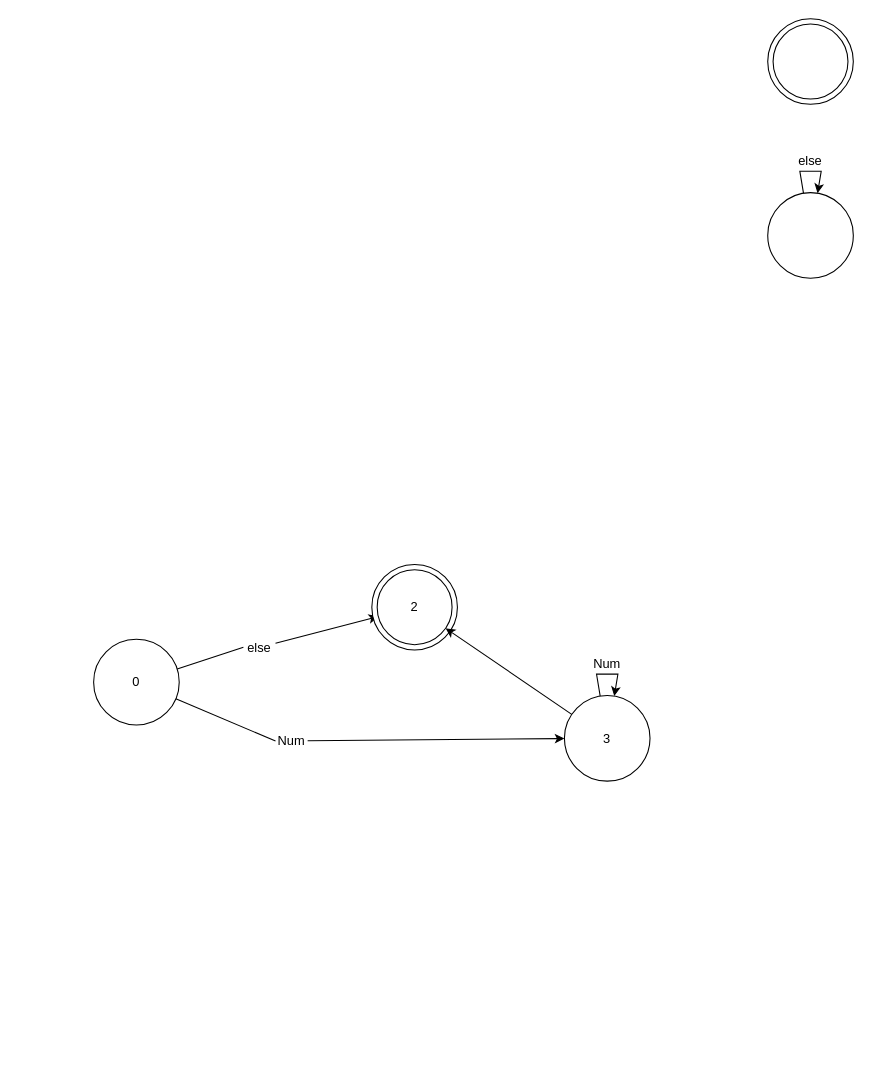
Before: page "Num" (2 of 3) of 状態遷移図/実験2.drawio in ShimadaTakutoLuke/miniCV02forStudent, a draw.io diagram. Source tidied: cells renumbered, new cells numbered last; positions are measured from the earlier drawing's top-left corner, leaving out a move shared by most shapes. Both pictures are drawn from the tidied source at 107%, with x=0, y=0 at pixel (93, 18).
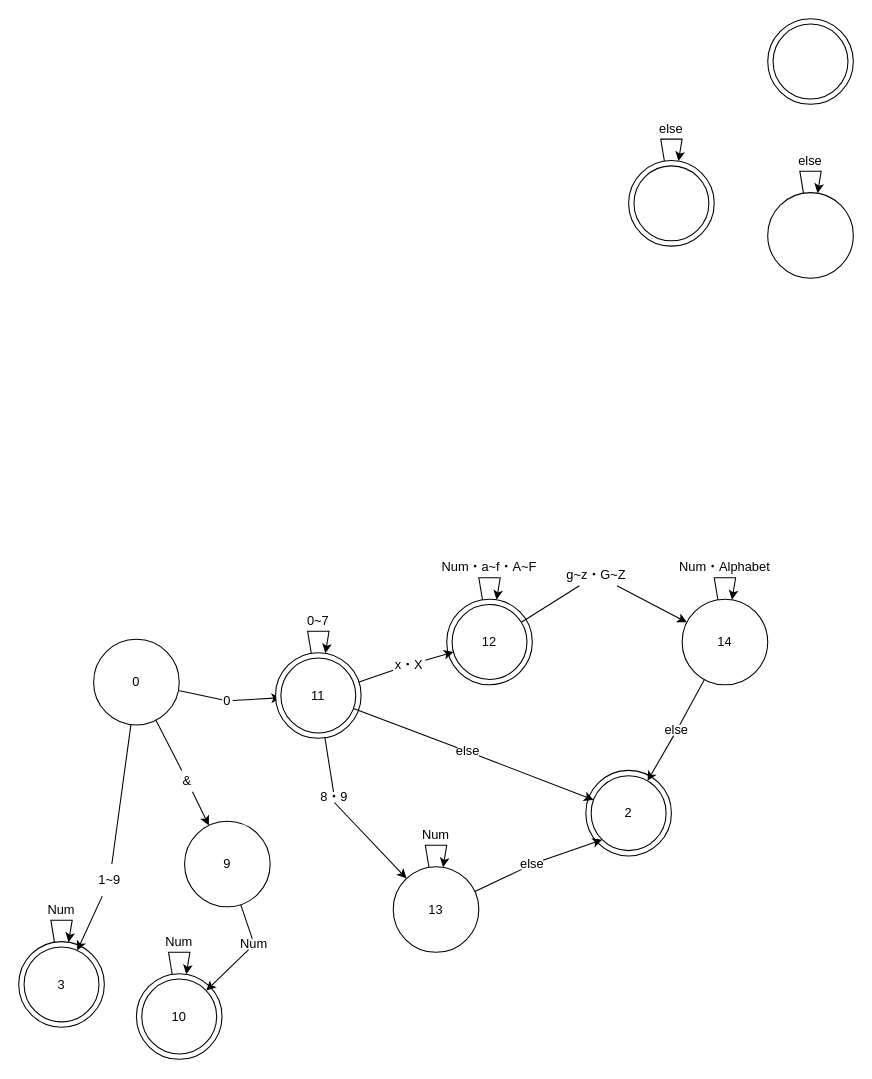
The same diagram, later.

The change refers to these unchanged cells:
```xml
<mxCell id="11" value="0" style="ellipse;whiteSpace=wrap;html=1;" parent="1" vertex="1">
  <mxGeometry y="580" width="80" height="80" as="geometry" />
</mxCell>
<mxCell id="18" value="2" style="ellipse;whiteSpace=wrap;html=1;" parent="16" vertex="1">
  <mxGeometry x="5" y="5" width="70" height="70" as="geometry" />
</mxCell>
```

The edit, as a diff of the source:
```diff
@@
+    <mxCell id="24" style="group;" parent="1" vertex="1">
+      <mxGeometry x="330" y="500" width="100" height="122.5" as="geometry" />
+    </mxCell>
+    <mxCell id="25" style="ellipse;whiteSpace=wrap;html=1;" parent="24" vertex="1">
+      <mxGeometry y="42.5" width="80" height="80" as="geometry" />
+    </mxCell>
+    <mxCell id="26" style="edgeStyle=none;rounded=0;orthogonalLoop=1;jettySize=auto;html=1;" parent="24" edge="1" source="25" target="25">
+      <mxGeometry relative="1" as="geometry">
+        <Array as="points">
+          <mxPoint x="30" y="22.5" />
+        </Array>
+      </mxGeometry>
+    </mxCell>
+    <mxCell id="27" value="Num・a~f・A~F" style="text;html=1;strokeColor=none;fillColor=none;align=center;verticalAlign=middle;whiteSpace=wrap;rounded=0;" parent="24" vertex="1">
+      <mxGeometry x="-20" width="120" height="25" as="geometry" />
+    </mxCell>
+    <mxCell id="28" value="12" style="ellipse;whiteSpace=wrap;html=1;" parent="24" vertex="1">
+      <mxGeometry x="5" y="47.5" width="70" height="70" as="geometry" />
+    </mxCell>
+    <mxCell id="29" style="group;" parent="1" vertex="1">
+      <mxGeometry x="-70" y="820" width="80" height="122.5" as="geometry" />
+    </mxCell>
+    <mxCell id="30" style="ellipse;whiteSpace=wrap;html=1;" parent="29" vertex="1">
+      <mxGeometry y="42.5" width="80" height="80" as="geometry" />
+    </mxCell>
+    <mxCell id="31" style="edgeStyle=none;rounded=0;orthogonalLoop=1;jettySize=auto;html=1;" parent="29" edge="1" source="30" target="30">
+      <mxGeometry relative="1" as="geometry">
+        <Array as="points">
+          <mxPoint x="30" y="22.5" />
+        </Array>
+      </mxGeometry>
+    </mxCell>
+    <mxCell id="32" value="Num" style="text;html=1;strokeColor=none;fillColor=none;align=center;verticalAlign=middle;whiteSpace=wrap;rounded=0;" parent="29" vertex="1">
+      <mxGeometry x="25" width="30" height="25" as="geometry" />
+    </mxCell>
+    <mxCell id="20" value="3" style="ellipse;whiteSpace=wrap;html=1;" parent="29" vertex="1">
+      <mxGeometry x="5" y="47.5" width="70" height="70" as="geometry" />
+    </mxCell>
@@
-    <mxCell id="9" style="edgeStyle=none;rounded=0;jettySize=auto;html=1;startArrow=none;" parent="1" edge="1" source="12" target="18">
-      <mxGeometry relative="1" as="geometry" />
-    </mxCell>
+    <mxCell id="33" style="group;" parent="1" vertex="1">
+      <mxGeometry x="40" y="850" width="80" height="122.5" as="geometry" />
+    </mxCell>
+    <mxCell id="34" style="ellipse;whiteSpace=wrap;html=1;" parent="33" vertex="1">
+      <mxGeometry y="42.5" width="80" height="80" as="geometry" />
+    </mxCell>
+    <mxCell id="35" style="edgeStyle=none;rounded=0;orthogonalLoop=1;jettySize=auto;html=1;" parent="33" edge="1" source="34" target="34">
+      <mxGeometry relative="1" as="geometry">
+        <Array as="points">
+          <mxPoint x="30" y="22.5" />
+        </Array>
+      </mxGeometry>
+    </mxCell>
+    <mxCell id="36" value="Num" style="text;html=1;strokeColor=none;fillColor=none;align=center;verticalAlign=middle;whiteSpace=wrap;rounded=0;" parent="33" vertex="1">
+      <mxGeometry x="25" width="30" height="25" as="geometry" />
+    </mxCell>
+    <mxCell id="37" value="10" style="ellipse;whiteSpace=wrap;html=1;" parent="33" vertex="1">
+      <mxGeometry x="5" y="47.5" width="70" height="70" as="geometry" />
+    </mxCell>
@@
+    <mxCell id="38" style="rounded=0;jettySize=auto;html=1;startArrow=none;" parent="1" edge="1" source="42" target="41">
+      <mxGeometry relative="1" as="geometry" />
+    </mxCell>
+    <mxCell id="39" style="edgeStyle=none;rounded=0;jettySize=auto;html=1;startArrow=none;" parent="1" edge="1" source="48" target="73">
+      <mxGeometry relative="1" as="geometry" />
+    </mxCell>
@@
-    <mxCell id="12" value="else" style="text;html=1;strokeColor=none;fillColor=none;align=center;verticalAlign=middle;whiteSpace=wrap;rounded=0;" parent="1" vertex="1">
-      <mxGeometry x="140" y="575" width="30" height="25" as="geometry" />
-    </mxCell>
-    <mxCell id="13" style="edgeStyle=none;rounded=0;jettySize=auto;html=1;entryX=0;entryY=0.5;entryDx=0;entryDy=0;endArrow=none;" parent="1" edge="1" source="11" target="12">
-      <mxGeometry relative="1" as="geometry" />
-    </mxCell>
-    <mxCell id="14" value="Num" style="text;html=1;strokeColor=none;fillColor=none;align=center;verticalAlign=middle;whiteSpace=wrap;rounded=0;" parent="1" vertex="1">
-      <mxGeometry x="170" y="660" width="30" height="30" as="geometry" />
+    <mxCell id="14" value="1~9" style="text;html=1;strokeColor=none;fillColor=none;align=center;verticalAlign=middle;whiteSpace=wrap;rounded=0;" parent="1" vertex="1">
+      <mxGeometry y="790" width="30" height="30" as="geometry" />
     </mxCell>
-    <mxCell id="15" style="edgeStyle=none;rounded=0;jettySize=auto;html=1;entryX=0;entryY=0.5;entryDx=0;entryDy=0;endArrow=none;" parent="1" edge="1" source="11" target="14">
+    <mxCell id="15" style="edgeStyle=none;rounded=0;jettySize=auto;html=1;endArrow=none;" parent="1" edge="1" source="11" target="14">
       <mxGeometry relative="1" as="geometry" />
     </mxCell>
     <mxCell id="16" style="group;" parent="1" vertex="1">
-      <mxGeometry x="260" y="510" width="80" height="80" as="geometry" />
+      <mxGeometry x="460" y="702.5" width="80" height="80" as="geometry" />
     </mxCell>
@@
-    <mxCell id="19" style="group;" parent="1" vertex="1">
-      <mxGeometry x="440" y="590" width="80" height="122.5" as="geometry" />
-    </mxCell>
-    <mxCell id="20" value="3" style="ellipse;whiteSpace=wrap;html=1;" parent="19" vertex="1">
-      <mxGeometry y="42.5" width="80" height="80" as="geometry" />
-    </mxCell>
-    <mxCell id="21" style="edgeStyle=none;rounded=0;orthogonalLoop=1;jettySize=auto;html=1;" parent="19" edge="1" source="20" target="20">
-      <mxGeometry relative="1" as="geometry">
-        <Array as="points">
-          <mxPoint x="30" y="22.5" />
-        </Array>
-      </mxGeometry>
-    </mxCell>
-    <mxCell id="22" value="Num" style="text;html=1;strokeColor=none;fillColor=none;align=center;verticalAlign=middle;whiteSpace=wrap;rounded=0;" parent="19" vertex="1">
-      <mxGeometry x="25" width="30" height="25" as="geometry" />
-    </mxCell>
-    <mxCell id="23" style="edgeStyle=none;rounded=0;jettySize=auto;html=1;" parent="1" edge="1" source="20" target="18">
-      <mxGeometry relative="1" as="geometry" />
-    </mxCell>
+    <mxCell id="40" style="edgeStyle=none;rounded=0;jettySize=auto;html=1;startArrow=none;" parent="1" edge="1" source="44" target="37">
+      <mxGeometry relative="1" as="geometry" />
+    </mxCell>
+    <mxCell id="41" value="9" style="ellipse;whiteSpace=wrap;html=1;" parent="1" vertex="1">
+      <mxGeometry x="85" y="750" width="80" height="80" as="geometry" />
+    </mxCell>
+    <mxCell id="42" value="&amp;amp;" style="text;html=1;strokeColor=none;fillColor=none;align=center;verticalAlign=middle;whiteSpace=wrap;rounded=0;" parent="1" vertex="1">
+      <mxGeometry x="80" y="702.5" width="15" height="20" as="geometry" />
+    </mxCell>
+    <mxCell id="43" style="rounded=0;jettySize=auto;html=1;endArrow=none;" parent="1" edge="1" source="11" target="42">
+      <mxGeometry relative="1" as="geometry" />
+    </mxCell>
+    <mxCell id="44" value="Num" style="text;html=1;strokeColor=none;fillColor=none;align=center;verticalAlign=middle;whiteSpace=wrap;rounded=0;" parent="1" vertex="1">
+      <mxGeometry x="135" y="860" width="30" height="10" as="geometry" />
+    </mxCell>
+    <mxCell id="45" style="edgeStyle=none;rounded=0;jettySize=auto;html=1;endArrow=none;" parent="1" edge="1" source="41" target="44">
+      <mxGeometry relative="1" as="geometry" />
+    </mxCell>
+    <mxCell id="46" style="edgeStyle=none;rounded=0;jettySize=auto;html=1;startArrow=none;" parent="1" edge="1" source="50" target="28">
+      <mxGeometry relative="1" as="geometry" />
+    </mxCell>
+    <mxCell id="47" style="edgeStyle=none;rounded=0;jettySize=auto;html=1;startArrow=none;exitX=0.5;exitY=1;exitDx=0;exitDy=0;" parent="1" edge="1" source="52" target="75">
+      <mxGeometry relative="1" as="geometry" />
+    </mxCell>
+    <mxCell id="48" value="0" style="text;html=1;strokeColor=none;fillColor=none;align=center;verticalAlign=middle;whiteSpace=wrap;rounded=0;" parent="1" vertex="1">
+      <mxGeometry x="120" y="632.5" width="10" height="10" as="geometry" />
+    </mxCell>
+    <mxCell id="49" style="edgeStyle=none;rounded=0;jettySize=auto;html=1;endArrow=none;" parent="1" edge="1" source="11" target="48">
+      <mxGeometry relative="1" as="geometry" />
+    </mxCell>
+    <mxCell id="50" value="x・X" style="text;html=1;strokeColor=none;fillColor=none;align=center;verticalAlign=middle;whiteSpace=wrap;rounded=0;" parent="1" vertex="1">
+      <mxGeometry x="280" y="597.5" width="30" height="12.5" as="geometry" />
+    </mxCell>
+    <mxCell id="51" style="edgeStyle=none;rounded=0;jettySize=auto;html=1;endArrow=none;" parent="1" edge="1" source="73" target="50">
+      <mxGeometry relative="1" as="geometry" />
+    </mxCell>
+    <mxCell id="52" value="8・9" style="text;html=1;strokeColor=none;fillColor=none;align=center;verticalAlign=middle;whiteSpace=wrap;rounded=0;" parent="1" vertex="1">
+      <mxGeometry x="210" y="722.5" width="30" height="10" as="geometry" />
+    </mxCell>
+    <mxCell id="53" style="edgeStyle=none;rounded=0;jettySize=auto;html=1;endArrow=none;" parent="1" edge="1" source="73" target="52">
+      <mxGeometry relative="1" as="geometry" />
+    </mxCell>
+    <mxCell id="54" style="edgeStyle=none;rounded=0;jettySize=auto;html=1;startArrow=none;" parent="1" edge="1" source="55" target="58">
+      <mxGeometry relative="1" as="geometry" />
+    </mxCell>
+    <mxCell id="55" value="g~z・G~Z" style="text;html=1;strokeColor=none;fillColor=none;align=center;verticalAlign=middle;whiteSpace=wrap;rounded=0;" parent="1" vertex="1">
+      <mxGeometry x="430" y="510" width="80" height="20" as="geometry" />
+    </mxCell>
+    <mxCell id="56" style="edgeStyle=none;rounded=0;jettySize=auto;html=1;endArrow=none;" parent="1" edge="1" source="28" target="55">
+      <mxGeometry relative="1" as="geometry" />
+    </mxCell>
+    <mxCell id="57" style="group;" parent="1" vertex="1">
+      <mxGeometry x="550" y="500" width="110" height="122.5" as="geometry" />
+    </mxCell>
+    <mxCell id="58" value="14" style="ellipse;whiteSpace=wrap;html=1;" parent="57" vertex="1">
+      <mxGeometry y="42.5" width="80" height="80" as="geometry" />
+    </mxCell>
+    <mxCell id="59" style="edgeStyle=none;rounded=0;orthogonalLoop=1;jettySize=auto;html=1;" parent="57" edge="1" source="58" target="58">
+      <mxGeometry relative="1" as="geometry">
+        <Array as="points">
+          <mxPoint x="30" y="22.5" />
+        </Array>
+      </mxGeometry>
+    </mxCell>
+    <mxCell id="60" value="Num・Alphabet" style="text;html=1;strokeColor=none;fillColor=none;align=center;verticalAlign=middle;whiteSpace=wrap;rounded=0;" parent="57" vertex="1">
+      <mxGeometry x="-10" width="100" height="25" as="geometry" />
+    </mxCell>
+    <mxCell id="61" style="edgeStyle=none;rounded=0;jettySize=auto;html=1;startArrow=none;" parent="1" edge="1" source="62" target="18">
+      <mxGeometry relative="1" as="geometry" />
+    </mxCell>
+    <mxCell id="62" value="else" style="text;html=1;strokeColor=none;fillColor=none;align=center;verticalAlign=middle;whiteSpace=wrap;rounded=0;" parent="1" vertex="1">
+      <mxGeometry x="530" y="660" width="30" height="10" as="geometry" />
+    </mxCell>
+    <mxCell id="63" style="edgeStyle=none;rounded=0;jettySize=auto;html=1;endArrow=none;" parent="1" edge="1" source="58" target="62">
+      <mxGeometry relative="1" as="geometry" />
+    </mxCell>
+    <mxCell id="64" style="group;" parent="1" vertex="1">
+      <mxGeometry x="500" y="90" width="80" height="122.5" as="geometry" />
+    </mxCell>
+    <mxCell id="65" style="ellipse;whiteSpace=wrap;html=1;" parent="64" vertex="1">
+      <mxGeometry y="42.5" width="80" height="80" as="geometry" />
+    </mxCell>
+    <mxCell id="66" style="edgeStyle=none;rounded=0;orthogonalLoop=1;jettySize=auto;html=1;" parent="64" edge="1" source="65" target="65">
+      <mxGeometry relative="1" as="geometry">
+        <Array as="points">
+          <mxPoint x="30" y="22.5" />
+        </Array>
+      </mxGeometry>
+    </mxCell>
+    <mxCell id="67" value="else" style="text;html=1;strokeColor=none;fillColor=none;align=center;verticalAlign=middle;whiteSpace=wrap;rounded=0;" parent="64" vertex="1">
+      <mxGeometry x="25" width="30" height="25" as="geometry" />
+    </mxCell>
+    <mxCell id="68" style="ellipse;whiteSpace=wrap;html=1;" parent="64" vertex="1">
+      <mxGeometry x="5" y="47.5" width="70" height="70" as="geometry" />
+    </mxCell>
+    <mxCell id="69" style="group;" parent="1" vertex="1">
+      <mxGeometry x="170" y="550" width="80" height="122.5" as="geometry" />
+    </mxCell>
+    <mxCell id="70" style="ellipse;whiteSpace=wrap;html=1;" parent="69" vertex="1">
+      <mxGeometry y="42.5" width="80" height="80" as="geometry" />
+    </mxCell>
+    <mxCell id="71" style="edgeStyle=none;rounded=0;orthogonalLoop=1;jettySize=auto;html=1;" parent="69" edge="1" source="70" target="70">
+      <mxGeometry relative="1" as="geometry">
+        <Array as="points">
+          <mxPoint x="30" y="22.5" />
+        </Array>
+      </mxGeometry>
+    </mxCell>
+    <mxCell id="72" value="0~7" style="text;html=1;strokeColor=none;fillColor=none;align=center;verticalAlign=middle;whiteSpace=wrap;rounded=0;" parent="69" vertex="1">
+      <mxGeometry x="25" width="30" height="25" as="geometry" />
+    </mxCell>
+    <mxCell id="73" value="11" style="ellipse;whiteSpace=wrap;html=1;" parent="69" vertex="1">
+      <mxGeometry x="5" y="47.5" width="70" height="70" as="geometry" />
+    </mxCell>
+    <mxCell id="74" style="group;" parent="1" vertex="1">
+      <mxGeometry x="280" y="750" width="80" height="122.5" as="geometry" />
+    </mxCell>
+    <mxCell id="75" value="13" style="ellipse;whiteSpace=wrap;html=1;" parent="74" vertex="1">
+      <mxGeometry y="42.5" width="80" height="80" as="geometry" />
+    </mxCell>
+    <mxCell id="76" style="edgeStyle=none;rounded=0;orthogonalLoop=1;jettySize=auto;html=1;" parent="74" edge="1" source="75" target="75">
+      <mxGeometry relative="1" as="geometry">
+        <Array as="points">
+          <mxPoint x="30" y="22.5" />
+        </Array>
+      </mxGeometry>
+    </mxCell>
+    <mxCell id="77" value="Num" style="text;html=1;strokeColor=none;fillColor=none;align=center;verticalAlign=middle;whiteSpace=wrap;rounded=0;" parent="74" vertex="1">
+      <mxGeometry x="25" width="30" height="25" as="geometry" />
+    </mxCell>
+    <mxCell id="78" style="edgeStyle=none;rounded=0;jettySize=auto;html=1;entryX=0;entryY=1;entryDx=0;entryDy=0;startArrow=none;" parent="1" edge="1" source="79" target="18">
+      <mxGeometry relative="1" as="geometry" />
+    </mxCell>
+    <mxCell id="79" value="else" style="text;html=1;strokeColor=none;fillColor=none;align=center;verticalAlign=middle;whiteSpace=wrap;rounded=0;" parent="1" vertex="1">
+      <mxGeometry x="400" y="785" width="20" height="10" as="geometry" />
+    </mxCell>
+    <mxCell id="80" style="edgeStyle=none;rounded=0;jettySize=auto;html=1;entryX=0;entryY=1;entryDx=0;entryDy=0;endArrow=none;" parent="1" edge="1" source="75" target="79">
+      <mxGeometry relative="1" as="geometry" />
+    </mxCell>
+    <mxCell id="81" style="edgeStyle=none;rounded=0;jettySize=auto;html=1;startArrow=none;" parent="1" edge="1" source="82" target="18">
+      <mxGeometry relative="1" as="geometry" />
+    </mxCell>
+    <mxCell id="82" value="else" style="text;html=1;strokeColor=none;fillColor=none;align=center;verticalAlign=middle;whiteSpace=wrap;rounded=0;" parent="1" vertex="1">
+      <mxGeometry x="340" y="680" width="20" height="10" as="geometry" />
+    </mxCell>
+    <mxCell id="83" style="edgeStyle=none;rounded=0;jettySize=auto;html=1;endArrow=none;" parent="1" edge="1" source="73" target="82">
+      <mxGeometry relative="1" as="geometry" />
+    </mxCell>
```
